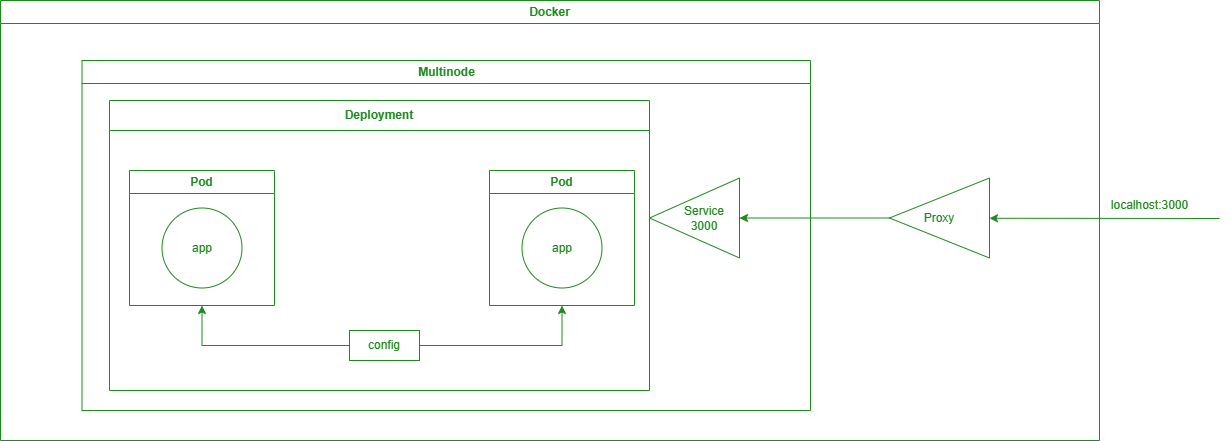
qveex/2023_2024-introduction_to_distributed_technologies-k4113c-nesterenko_m_y keeps this draw.io diagram as lab4/lab4.png. Above is the earlier version. Source tidied: cells renumbered, new cells last; positions are measured from the earlier drawing's top-left corner, leaving out a move shared by most shapes.
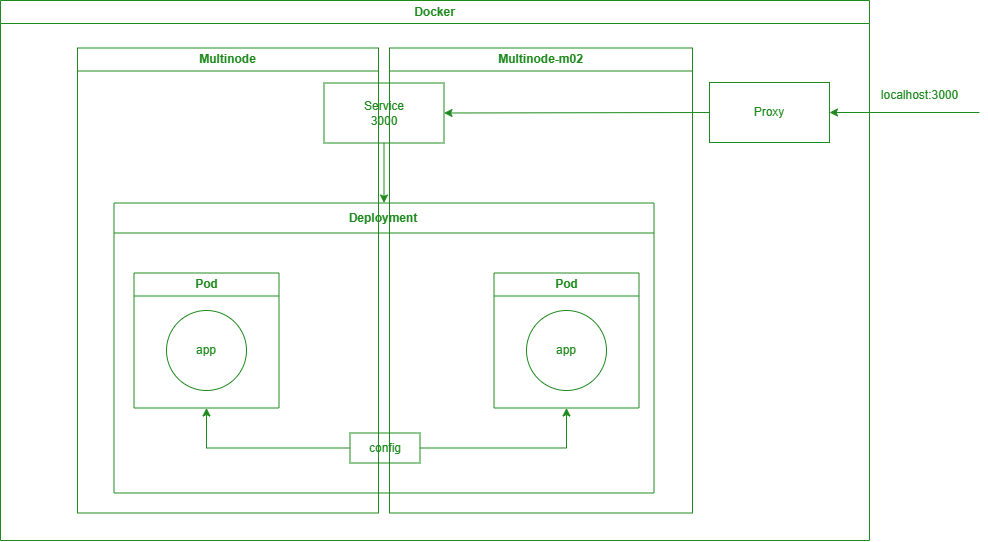
After the change.

Change to the diagram source:
```diff
@@ -3,28 +3,24 @@
     <mxCell id="0" />
     <mxCell id="1" parent="0" />
     <mxCell id="2" value="&lt;font color=&quot;#47b347&quot;&gt;Docker&lt;/font&gt;" style="swimlane;whiteSpace=wrap;html=1;fontColor=#66FF66;strokeColor=#47B347;labelBackgroundColor=none;fillColor=none;" parent="1" vertex="1">
-      <mxGeometry width="1099" height="440" as="geometry" />
+      <mxGeometry width="869" height="540" as="geometry" />
     </mxCell>
+    <mxCell id="7" style="endArrow=classic;html=1;rounded=0;entryX=1;entryY=0.5;entryDx=0;entryDy=0;fontColor=#66FF66;strokeColor=#47B347;labelBackgroundColor=none;" parent="2" edge="1" target="5">
+      <mxGeometry relative="1" as="geometry">
+        <mxPoint x="979" y="112" as="sourcePoint" />
+      </mxGeometry>
+    </mxCell>
-    <mxCell id="3" value="&lt;font color=&quot;#47b347&quot;&gt;&amp;nbsp; &amp;nbsp; &amp;nbsp; Service&lt;br&gt;&amp;nbsp; &amp;nbsp; &amp;nbsp; 3000&lt;br&gt;&lt;/font&gt;" style="triangle;whiteSpace=wrap;html=1;rotation=0;direction=west;fontColor=#66FF66;strokeColor=#47B347;labelBackgroundColor=none;fillColor=none;" parent="2" vertex="1">
-      <mxGeometry x="649" y="177.5" width="90" height="80" as="geometry" />
+    <mxCell id="3" value="Service&lt;br&gt;3000" style="rounded=0;whiteSpace=wrap;html=1;fillColor=none;strokeColor=#47B347;fontColor=#47B347;" parent="2" vertex="1">
+      <mxGeometry x="323.5" y="82.5" width="120" height="60" as="geometry" />
     </mxCell>
     <mxCell id="4" value="&lt;font color=&quot;#47b347&quot;&gt;Multinode&lt;br&gt;&lt;/font&gt;" style="swimlane;whiteSpace=wrap;html=1;fontColor=#66FF66;strokeColor=#47B347;labelBackgroundColor=none;fillColor=none;" parent="2" vertex="1">
-      <mxGeometry x="81.5" y="60" width="728.5" height="350" as="geometry" />
+      <mxGeometry x="77" y="47.5" width="301" height="465" as="geometry" />
     </mxCell>
-    <mxCell id="5" value="&lt;font color=&quot;#47b347&quot;&gt;Proxy&lt;br&gt;&lt;/font&gt;" style="triangle;whiteSpace=wrap;html=1;rotation=0;direction=west;fontColor=#66FF66;strokeColor=#47B347;labelBackgroundColor=none;fillColor=none;" parent="2" vertex="1">
-      <mxGeometry x="889" y="177.5" width="100" height="80" as="geometry" />
-    </mxCell>
-    <mxCell id="6" style="endArrow=classic;html=1;rounded=0;entryX=0;entryY=0.5;entryDx=0;entryDy=0;fontColor=#66FF66;strokeColor=#47B347;labelBackgroundColor=none;exitX=1;exitY=0.5;exitDx=0;exitDy=0;" parent="2" edge="1" source="5" target="3">
-      <mxGeometry relative="1" as="geometry" />
-    </mxCell>
-    <mxCell id="7" style="endArrow=classic;html=1;rounded=0;entryX=0;entryY=0.5;entryDx=0;entryDy=0;fontColor=#66FF66;strokeColor=#47B347;labelBackgroundColor=none;" parent="2" edge="1">
-      <mxGeometry relative="1" as="geometry">
-        <mxPoint x="1219" y="218" as="sourcePoint" />
-        <mxPoint x="989" y="217.8" as="targetPoint" />
-      </mxGeometry>
-    </mxCell>
+    <mxCell id="17" value="&lt;font color=&quot;#47b347&quot;&gt;Multinode-m02&lt;br&gt;&lt;/font&gt;" style="swimlane;whiteSpace=wrap;html=1;fontColor=#66FF66;strokeColor=#47B347;labelBackgroundColor=none;fillColor=none;" parent="2" vertex="1">
+      <mxGeometry x="389" y="47.5" width="303" height="465" as="geometry" />
+    </mxCell>
-    <mxCell id="8" value="&lt;font color=&quot;#47b347&quot;&gt;Deployment&lt;br&gt;&lt;/font&gt;" style="swimlane;whiteSpace=wrap;html=1;fontColor=#66FF66;strokeColor=#47B347;labelBackgroundColor=none;fillColor=none;startSize=30;" parent="1" vertex="1">
-      <mxGeometry x="109" y="100" width="540" height="290" as="geometry" />
+    <mxCell id="8" value="&lt;font color=&quot;#47b347&quot;&gt;Deployment&lt;br&gt;&lt;/font&gt;" style="swimlane;whiteSpace=wrap;html=1;fontColor=#66FF66;strokeColor=#47B347;labelBackgroundColor=none;fillColor=none;startSize=30;" parent="2" vertex="1">
+      <mxGeometry x="113.5" y="202.5" width="540" height="290" as="geometry" />
     </mxCell>
     <mxCell id="9" value="&lt;font color=&quot;#47b347&quot;&gt;Pod&lt;/font&gt;" style="swimlane;whiteSpace=wrap;html=1;fontColor=#66FF66;strokeColor=#47B347;labelBackgroundColor=none;fillColor=none;" parent="8" vertex="1">
       <mxGeometry x="20" y="70" width="145" height="135" as="geometry" />
@@ -42,13 +38,22 @@
       <mxGeometry relative="1" as="geometry" />
     </mxCell>
     <mxCell id="14" value="config" style="rounded=0;whiteSpace=wrap;html=1;strokeColor=#47B347;fontColor=#47B347;fillColor=none;" parent="8" vertex="1">
-      <mxGeometry x="240" y="230" width="70" height="30" as="geometry" />
+      <mxGeometry x="236" y="230" width="70" height="30" as="geometry" />
     </mxCell>
     <mxCell id="15" style="edgeStyle=orthogonalEdgeStyle;rounded=0;jettySize=auto;html=1;entryX=0.5;entryY=1;entryDx=0;entryDy=0;exitX=0;exitY=0.5;exitDx=0;exitDy=0;strokeColor=#47B347;" parent="8" edge="1" source="14" target="9">
       <mxGeometry relative="1" as="geometry" />
     </mxCell>
+    <mxCell id="18" style="edgeStyle=orthogonalEdgeStyle;rounded=0;jettySize=auto;html=1;entryX=0.5;entryY=0;entryDx=0;entryDy=0;fontColor=#47B347;strokeColor=#47B347;" parent="2" edge="1" source="3" target="8">
+      <mxGeometry relative="1" as="geometry" />
+    </mxCell>
+    <mxCell id="5" value="Proxy" style="rounded=0;whiteSpace=wrap;html=1;fillColor=none;strokeColor=#47B347;fontColor=#47B347;" parent="2" vertex="1">
+      <mxGeometry x="709" y="82" width="120" height="60" as="geometry" />
+    </mxCell>
+    <mxCell id="6" style="endArrow=classic;html=1;rounded=0;entryX=1;entryY=0.5;entryDx=0;entryDy=0;fontColor=#66FF66;strokeColor=#47B347;labelBackgroundColor=none;exitX=0;exitY=0.5;exitDx=0;exitDy=0;" parent="2" edge="1" source="5" target="3">
+      <mxGeometry relative="1" as="geometry" />
+    </mxCell>
     <mxCell id="16" value="localhost:3000" style="text;html=1;align=center;verticalAlign=middle;strokeColor=none;fillColor=none;fontColor=#47B347;" parent="1" vertex="1">
-      <mxGeometry x="1099" y="190" width="100" height="30" as="geometry" />
+      <mxGeometry x="869" y="80" width="100" height="30" as="geometry" />
     </mxCell>
   </root>
 </mxGraphModel>
```
